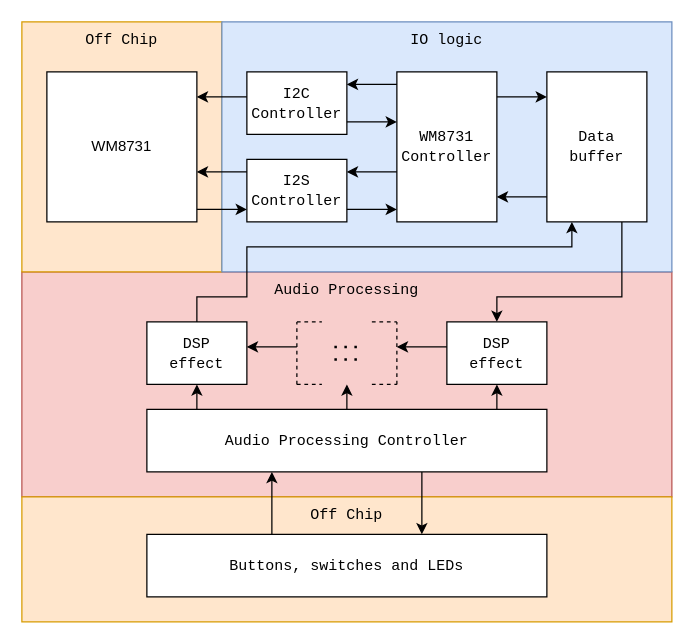
This is docs/audio-effects-diagram.drawio from madsrumlenordstrom/audio-effects, a draw.io file, before an edit. Source tidied: cells renumbered, new cells numbered last; positions are measured from the earlier drawing's top-left corner, leaving out a move shared by most shapes. Both pictures are drawn from the tidied source at 125%, with x=0, y=0 at pixel (21, 21).
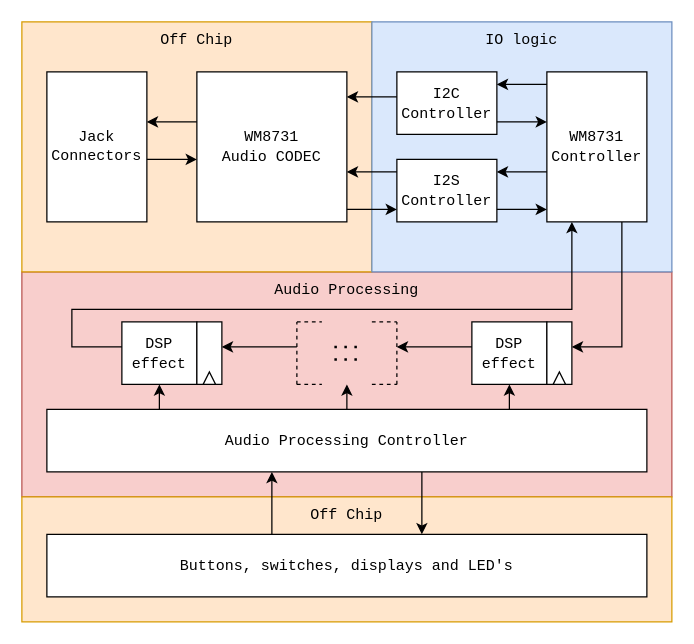
The same diagram, later.

Change to the diagram source:
```diff
@@
     <mxCell id="3" value="&lt;font face=&quot;Courier New&quot;&gt;Off Chip&lt;/font&gt;" style="rounded=0;whiteSpace=wrap;html=1;fillColor=#ffe6cc;strokeColor=#d79b00;align=center;horizontal=1;verticalAlign=top;" parent="1" vertex="1">
-      <mxGeometry width="160" height="200" as="geometry" />
+      <mxGeometry width="280" height="200" as="geometry" />
     </mxCell>
     <mxCell id="4" value="&lt;div&gt;&lt;font face=&quot;Courier New&quot;&gt;IO logic&lt;br&gt;&lt;/font&gt;&lt;/div&gt;" style="rounded=0;whiteSpace=wrap;html=1;fillColor=#dae8fc;strokeColor=#6c8ebf;align=center;horizontal=1;verticalAlign=top;gradientColor=none;" parent="1" vertex="1">
-      <mxGeometry x="160" width="360" height="200" as="geometry" />
+      <mxGeometry x="280" width="240" height="200" as="geometry" />
     </mxCell>
     <mxCell id="5" value="&lt;div&gt;&lt;font face=&quot;Courier New&quot;&gt;WM8731&lt;/font&gt;&lt;/div&gt;&lt;div&gt;&lt;font face=&quot;Courier New&quot;&gt;Controller&lt;br&gt;&lt;/font&gt;&lt;/div&gt;" style="rounded=0;whiteSpace=wrap;html=1;" parent="1" vertex="1">
-      <mxGeometry x="300" y="40" width="80" height="120" as="geometry" />
+      <mxGeometry x="420" y="40" width="80" height="120" as="geometry" />
     </mxCell>
     <mxCell id="6" value="&lt;div&gt;&lt;font face=&quot;Courier New&quot;&gt;I2C&lt;/font&gt;&lt;/div&gt;&lt;div&gt;&lt;font face=&quot;Courier New&quot;&gt;Controller&lt;br&gt;&lt;/font&gt;&lt;/div&gt;" style="rounded=0;whiteSpace=wrap;html=1;" parent="1" vertex="1">
-      <mxGeometry x="180" y="40" width="80" height="50" as="geometry" />
+      <mxGeometry x="300" y="40" width="80" height="50" as="geometry" />
     </mxCell>
     <mxCell id="7" value="&lt;div&gt;&lt;font face=&quot;Courier New&quot;&gt;I2S&lt;/font&gt;&lt;/div&gt;&lt;div&gt;&lt;font face=&quot;Courier New&quot;&gt;Controller&lt;br&gt;&lt;/font&gt;&lt;/div&gt;" style="rounded=0;whiteSpace=wrap;html=1;" parent="1" vertex="1">
-      <mxGeometry x="180" y="110" width="80" height="50" as="geometry" />
+      <mxGeometry x="300" y="110" width="80" height="50" as="geometry" />
     </mxCell>
-    <mxCell id="8" value="WM8731" style="rounded=0;whiteSpace=wrap;html=1;" parent="1" vertex="1">
-      <mxGeometry x="20" y="40" width="120" height="120" as="geometry" />
+    <mxCell id="8" value="&lt;div&gt;&lt;font face=&quot;Courier New&quot;&gt;WM8731&lt;/font&gt;&lt;/div&gt;&lt;font face=&quot;Courier New&quot;&gt;Audio CODEC&lt;/font&gt;" style="rounded=0;whiteSpace=wrap;html=1;" parent="1" vertex="1">
+      <mxGeometry x="140" y="40" width="120" height="120" as="geometry" />
     </mxCell>
     <mxCell id="9" style="endArrow=classic;html=1;rounded=0;" parent="1" edge="1">
       <mxGeometry relative="1" as="geometry">
-        <mxPoint x="180" y="60" as="sourcePoint" />
-        <mxPoint x="140" y="60" as="targetPoint" />
+        <mxPoint x="300" y="60" as="sourcePoint" />
+        <mxPoint x="260" y="60" as="targetPoint" />
       </mxGeometry>
     </mxCell>
     <mxCell id="10" style="endArrow=classic;html=1;rounded=0;" parent="1" edge="1">
       <mxGeometry relative="1" as="geometry">
-        <mxPoint x="180" y="120" as="sourcePoint" />
-        <mxPoint x="140" y="120" as="targetPoint" />
+        <mxPoint x="300" y="120" as="sourcePoint" />
+        <mxPoint x="260" y="120" as="targetPoint" />
       </mxGeometry>
     </mxCell>
     <mxCell id="11" style="endArrow=classic;html=1;rounded=0;" parent="1" edge="1">
       <mxGeometry relative="1" as="geometry">
-        <mxPoint x="140" y="150" as="sourcePoint" />
-        <mxPoint x="180" y="150" as="targetPoint" />
+        <mxPoint x="260" y="150" as="sourcePoint" />
+        <mxPoint x="300" y="150" as="targetPoint" />
       </mxGeometry>
     </mxCell>
     <mxCell id="12" style="endArrow=classic;html=1;rounded=0;" parent="1" edge="1">
       <mxGeometry relative="1" as="geometry">
-        <mxPoint x="300" y="50" as="sourcePoint" />
-        <mxPoint x="260" y="50" as="targetPoint" />
+        <mxPoint x="420" y="50" as="sourcePoint" />
+        <mxPoint x="380" y="50" as="targetPoint" />
       </mxGeometry>
     </mxCell>
     <mxCell id="13" style="endArrow=classic;html=1;rounded=0;" parent="1" edge="1">
       <mxGeometry relative="1" as="geometry">
-        <mxPoint x="260" y="80" as="sourcePoint" />
-        <mxPoint x="300" y="80" as="targetPoint" />
+        <mxPoint x="380" y="80" as="sourcePoint" />
+        <mxPoint x="420" y="80" as="targetPoint" />
       </mxGeometry>
     </mxCell>
     <mxCell id="14" style="endArrow=classic;html=1;rounded=0;" parent="1" edge="1">
       <mxGeometry relative="1" as="geometry">
-        <mxPoint x="260" y="150" as="sourcePoint" />
-        <mxPoint x="300" y="150" as="targetPoint" />
+        <mxPoint x="380" y="150" as="sourcePoint" />
+        <mxPoint x="420" y="150" as="targetPoint" />
       </mxGeometry>
     </mxCell>
     <mxCell id="15" style="endArrow=classic;html=1;rounded=0;" parent="1" edge="1">
       <mxGeometry relative="1" as="geometry">
-        <mxPoint x="300" y="120" as="sourcePoint" />
-        <mxPoint x="260" y="120" as="targetPoint" />
+        <mxPoint x="420" y="120" as="sourcePoint" />
+        <mxPoint x="380" y="120" as="targetPoint" />
       </mxGeometry>
     </mxCell>
-    <mxCell id="16" value="&lt;font face=&quot;Courier New&quot;&gt;Data buffer&lt;/font&gt;" style="rounded=0;whiteSpace=wrap;html=1;" parent="1" vertex="1">
-      <mxGeometry x="420" y="40" width="80" height="120" as="geometry" />
-    </mxCell>
-    <mxCell id="17" style="endArrow=classic;html=1;rounded=0;" parent="1" edge="1">
-      <mxGeometry relative="1" as="geometry">
-        <mxPoint x="380" y="60" as="sourcePoint" />
-        <mxPoint x="420" y="60" as="targetPoint" />
-      </mxGeometry>
-    </mxCell>
     <mxCell id="18" value="&lt;font face=&quot;Courier New&quot;&gt;Audio Processing Controller&lt;br&gt;&lt;/font&gt;" style="rounded=0;whiteSpace=wrap;html=1;" parent="1" vertex="1">
-      <mxGeometry x="100" y="310" width="320" height="50" as="geometry" />
+      <mxGeometry x="20" y="310" width="480" height="50" as="geometry" />
     </mxCell>
     <mxCell id="19" value="&lt;div&gt;&lt;font face=&quot;Courier New&quot;&gt;DSP&lt;/font&gt;&lt;/div&gt;&lt;div&gt;&lt;font face=&quot;Courier New&quot;&gt;effect&lt;/font&gt;&lt;/div&gt;" style="rounded=0;whiteSpace=wrap;html=1;" parent="1" vertex="1">
-      <mxGeometry x="100" y="240" width="80" height="50" as="geometry" />
+      <mxGeometry x="80" y="240" width="60" height="50" as="geometry" />
     </mxCell>
     <mxCell id="20" value="&lt;div&gt;&lt;font face=&quot;Courier New&quot;&gt;DSP&lt;/font&gt;&lt;/div&gt;&lt;div&gt;&lt;font face=&quot;Courier New&quot;&gt;effect&lt;/font&gt;&lt;/div&gt;" style="rounded=0;whiteSpace=wrap;html=1;" parent="1" vertex="1">
-      <mxGeometry x="340" y="240" width="80" height="50" as="geometry" />
+      <mxGeometry x="360" y="240" width="60" height="50" as="geometry" />
     </mxCell>
@@
     <mxCell id="27" style="endArrow=classic;html=1;rounded=0;" parent="1" edge="1">
       <mxGeometry relative="1" as="geometry">
-        <mxPoint x="140" y="310" as="sourcePoint" />
-        <mxPoint x="140" y="290" as="targetPoint" />
+        <mxPoint x="110" y="310" as="sourcePoint" />
+        <mxPoint x="110" y="290" as="targetPoint" />
       </mxGeometry>
     </mxCell>
     <mxCell id="28" style="endArrow=classic;html=1;rounded=0;" parent="1" edge="1">
       <mxGeometry relative="1" as="geometry">
-        <mxPoint x="380" y="310" as="sourcePoint" />
-        <mxPoint x="380" y="290" as="targetPoint" />
+        <mxPoint x="390" y="310" as="sourcePoint" />
+        <mxPoint x="390" y="290" as="targetPoint" />
       </mxGeometry>
     </mxCell>
@@
-    <mxCell id="32" style="endArrow=classic;html=1;rounded=0;" parent="1" edge="1">
-      <mxGeometry relative="1" as="geometry">
-        <mxPoint x="420" y="140" as="sourcePoint" />
-        <mxPoint x="380" y="140" as="targetPoint" />
-      </mxGeometry>
-    </mxCell>
     <mxCell id="33" style="endArrow=classic;html=1;rounded=0;" parent="1" edge="1">
       <mxGeometry relative="1" as="geometry">
         <mxPoint x="480" y="160" as="sourcePoint" />
-        <mxPoint x="380" y="240" as="targetPoint" />
+        <mxPoint x="440" y="260" as="targetPoint" />
         <Array as="points">
           <mxPoint x="480" y="220" />
-          <mxPoint x="380" y="220" />
+          <mxPoint x="480" y="260" />
         </Array>
       </mxGeometry>
     </mxCell>
     <mxCell id="34" style="endArrow=classic;html=1;rounded=0;" parent="1" edge="1">
       <mxGeometry relative="1" as="geometry">
-        <mxPoint x="340" y="260" as="sourcePoint" />
+        <mxPoint x="360" y="260" as="sourcePoint" />
         <mxPoint x="300" y="260" as="targetPoint" />
       </mxGeometry>
     </mxCell>
     <mxCell id="35" style="endArrow=classic;html=1;rounded=0;" parent="1" edge="1">
       <mxGeometry relative="1" as="geometry">
         <mxPoint x="220" y="260" as="sourcePoint" />
-        <mxPoint x="180" y="260" as="targetPoint" />
+        <mxPoint x="160" y="260" as="targetPoint" />
       </mxGeometry>
     </mxCell>
     <mxCell id="36" style="endArrow=classic;html=1;rounded=0;" parent="1" edge="1">
       <mxGeometry relative="1" as="geometry">
-        <mxPoint x="140" y="240" as="sourcePoint" />
+        <mxPoint x="80" y="260" as="sourcePoint" />
         <mxPoint x="440" y="160" as="targetPoint" />
         <Array as="points">
-          <mxPoint x="140" y="220" />
-          <mxPoint x="180" y="220" />
-          <mxPoint x="180" y="180" />
+          <mxPoint x="40" y="260" />
+          <mxPoint x="40" y="230" />
+          <mxPoint x="140" y="230" />
+          <mxPoint x="180" y="230" />
+          <mxPoint x="440" y="230" />
           <mxPoint x="440" y="180" />
         </Array>
       </mxGeometry>
     </mxCell>
@@
-    <mxCell id="38" value="&lt;font face=&quot;Courier New&quot;&gt;Buttons, switches and LEDs&lt;br&gt;&lt;/font&gt;" style="rounded=0;whiteSpace=wrap;html=1;" parent="1" vertex="1">
-      <mxGeometry x="100" y="410" width="320" height="50" as="geometry" />
+    <mxCell id="38" value="&lt;font face=&quot;Courier New&quot;&gt;Buttons, switches, displays and LED's&lt;br&gt;&lt;/font&gt;" style="rounded=0;whiteSpace=wrap;html=1;" parent="1" vertex="1">
+      <mxGeometry x="20" y="410" width="480" height="50" as="geometry" />
     </mxCell>
@@
+    <mxCell id="41" value="&lt;div&gt;Jack&lt;/div&gt;&lt;div&gt;Connectors&lt;br&gt;&lt;/div&gt;" style="rounded=0;whiteSpace=wrap;html=1;fontFamily=Courier New;" parent="1" vertex="1">
+      <mxGeometry x="20" y="40" width="80" height="120" as="geometry" />
+    </mxCell>
+    <mxCell id="42" style="endArrow=classic;html=1;rounded=0;" parent="1" edge="1">
+      <mxGeometry relative="1" as="geometry">
+        <mxPoint x="140" y="80" as="sourcePoint" />
+        <mxPoint x="100" y="80" as="targetPoint" />
+      </mxGeometry>
+    </mxCell>
+    <mxCell id="43" style="endArrow=classic;html=1;rounded=0;" parent="1" edge="1">
+      <mxGeometry relative="1" as="geometry">
+        <mxPoint x="100" y="110" as="sourcePoint" />
+        <mxPoint x="140" y="110" as="targetPoint" />
+      </mxGeometry>
+    </mxCell>
+    <mxCell id="44" style="rounded=0;whiteSpace=wrap;html=1;" parent="1" vertex="1">
+      <mxGeometry x="140" y="240" width="20" height="50" as="geometry" />
+    </mxCell>
+    <mxCell id="45" style="verticalLabelPosition=bottom;verticalAlign=top;html=1;shape=mxgraph.basic.acute_triangle;dx=0.5;" parent="1" vertex="1">
+      <mxGeometry x="145" y="280" width="10" height="10" as="geometry" />
+    </mxCell>
+    <mxCell id="46" style="rounded=0;whiteSpace=wrap;html=1;" parent="1" vertex="1">
+      <mxGeometry x="420" y="240" width="20" height="50" as="geometry" />
+    </mxCell>
+    <mxCell id="47" style="verticalLabelPosition=bottom;verticalAlign=top;html=1;shape=mxgraph.basic.acute_triangle;dx=0.5;" parent="1" vertex="1">
+      <mxGeometry x="425" y="280" width="10" height="10" as="geometry" />
+    </mxCell>
```
